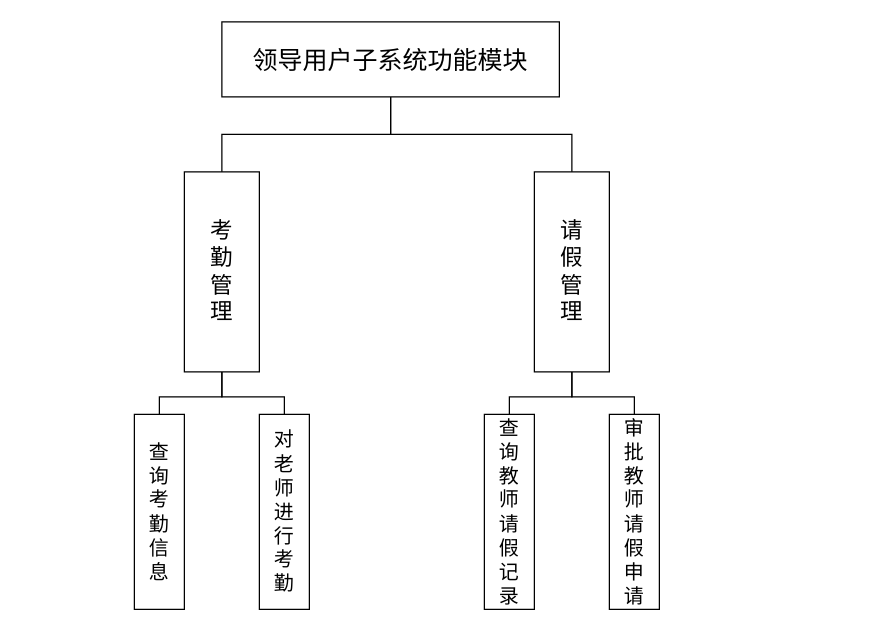
This is page "领导用户子系统功能模块" (21 of 44) of 系统结构图.drawio from yuglei/design, a draw.io file, before an edit. Source tidied: cells renumbered, new cells numbered last; positions are measured from the earlier drawing's top-left corner, leaving out a move shared by most shapes. Both pictures are drawn from the tidied source at 125%, with x=0, y=0 at pixel (134, 21).
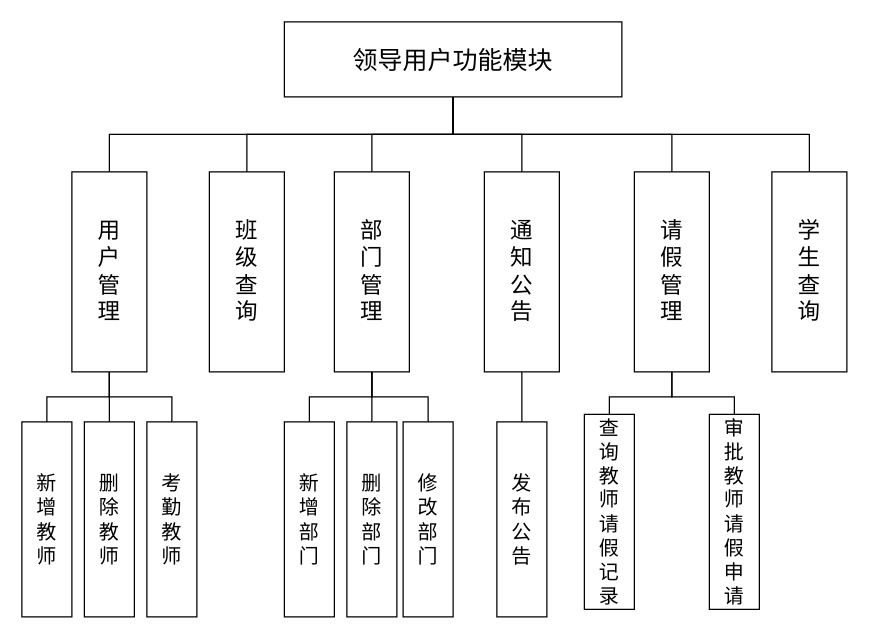
The same page after the edit.

Commit message (it also covers changes not shown here):
更新系统结构图.drawio

Change to the diagram source:
```diff
@@
-    <mxCell id="2" style="edgeStyle=orthogonalEdgeStyle;rounded=0;jettySize=auto;html=1;exitX=0.5;exitY=1;exitDx=0;exitDy=0;entryX=0;entryY=0.5;entryDx=0;entryDy=0;fontSize=12;startSize=8;endSize=8;endArrow=none;endFill=0;" parent="1" edge="1" source="4" target="10">
-      <mxGeometry relative="1" as="geometry" />
-    </mxCell>
+    <mxCell id="15" style="edgeStyle=orthogonalEdgeStyle;rounded=0;jettySize=auto;html=1;exitX=0.5;exitY=1;exitDx=0;exitDy=0;entryX=0;entryY=0.5;entryDx=0;entryDy=0;fontSize=12;startSize=8;endSize=8;endArrow=none;endFill=0;" parent="1" edge="1" source="4" target="23">
+      <mxGeometry relative="1" as="geometry" />
+    </mxCell>
+    <mxCell id="16" style="edgeStyle=orthogonalEdgeStyle;rounded=0;jettySize=auto;html=1;exitX=0.5;exitY=1;exitDx=0;exitDy=0;entryX=0;entryY=0.5;entryDx=0;entryDy=0;fontSize=12;startSize=8;endSize=8;endArrow=none;endFill=0;" parent="1" edge="1" source="4" target="24">
+      <mxGeometry relative="1" as="geometry" />
+    </mxCell>
+    <mxCell id="17" style="edgeStyle=orthogonalEdgeStyle;rounded=0;jettySize=auto;html=1;exitX=0.5;exitY=1;exitDx=0;exitDy=0;entryX=0;entryY=0.5;entryDx=0;entryDy=0;fontSize=12;startSize=8;endSize=8;endArrow=none;endFill=0;" parent="1" edge="1" source="4" target="31">
+      <mxGeometry relative="1" as="geometry" />
+    </mxCell>
+    <mxCell id="18" style="edgeStyle=orthogonalEdgeStyle;rounded=0;jettySize=auto;html=1;exitX=0.5;exitY=1;exitDx=0;exitDy=0;entryX=0;entryY=0.5;entryDx=0;entryDy=0;fontSize=12;startSize=8;endSize=8;endArrow=none;endFill=0;" parent="1" edge="1" source="4" target="27">
+      <mxGeometry relative="1" as="geometry" />
+    </mxCell>
-    <mxCell id="3" style="edgeStyle=orthogonalEdgeStyle;rounded=0;jettySize=auto;html=1;exitX=0.5;exitY=1;exitDx=0;exitDy=0;entryX=0;entryY=0.5;entryDx=0;entryDy=0;fontSize=12;startSize=8;endSize=8;startArrow=none;startFill=0;endArrow=none;endFill=0;" parent="1" edge="1" source="4" target="7">
+    <mxCell id="3" style="edgeStyle=orthogonalEdgeStyle;rounded=0;jettySize=auto;html=1;exitX=0.5;exitY=1;exitDx=0;exitDy=0;entryX=0;entryY=0.5;entryDx=0;entryDy=0;fontSize=12;startSize=8;endSize=8;endArrow=none;endFill=0;" parent="1" edge="1" source="4" target="7">
       <mxGeometry relative="1" as="geometry" />
     </mxCell>
+    <mxCell id="19" style="edgeStyle=orthogonalEdgeStyle;rounded=0;jettySize=auto;html=1;exitX=0.5;exitY=1;exitDx=0;exitDy=0;entryX=0;entryY=0.5;entryDx=0;entryDy=0;fontSize=12;startSize=8;endSize=8;endArrow=none;endFill=0;" parent="1" edge="1" source="4" target="25">
+      <mxGeometry relative="1" as="geometry" />
+    </mxCell>
-    <mxCell id="4" value="&lt;font style=&quot;font-size: 20px;&quot;&gt;领导用户子系统功能模块&lt;/font&gt;" style="rounded=0;whiteSpace=wrap;html=1;" parent="1" vertex="1">
-      <mxGeometry x="70" width="270" height="60" as="geometry" />
+    <mxCell id="4" value="&lt;font style=&quot;font-size: 20px;&quot;&gt;领导用户功能模块&lt;/font&gt;" style="rounded=0;whiteSpace=wrap;html=1;" parent="1" vertex="1">
+      <mxGeometry x="120" width="270" height="60" as="geometry" />
     </mxCell>
@@
     <mxCell id="7" value="&lt;div&gt;&lt;span style=&quot;font-size: 18px;&quot;&gt;请&lt;/span&gt;&lt;/div&gt;&lt;div&gt;&lt;span style=&quot;font-size: 18px;&quot;&gt;假&lt;/span&gt;&lt;/div&gt;&lt;div&gt;&lt;span style=&quot;font-size: 18px;&quot;&gt;管&lt;/span&gt;&lt;/div&gt;&lt;div&gt;&lt;span style=&quot;font-size: 18px;&quot;&gt;理&lt;/span&gt;&lt;/div&gt;" style="rounded=0;whiteSpace=wrap;html=1;direction=south;" parent="1" vertex="1">
-      <mxGeometry x="320" y="120" width="60" height="160" as="geometry" />
+      <mxGeometry x="400" y="120" width="60" height="160" as="geometry" />
     </mxCell>
-    <mxCell id="8" style="edgeStyle=orthogonalEdgeStyle;rounded=0;jettySize=auto;html=1;exitX=1;exitY=0.5;exitDx=0;exitDy=0;entryX=0;entryY=0.5;entryDx=0;entryDy=0;fontSize=12;startSize=8;endSize=8;endArrow=none;endFill=0;" parent="1" edge="1" source="10" target="11">
-      <mxGeometry relative="1" as="geometry">
-        <Array as="points">
-          <mxPoint x="70" y="300" />
-          <mxPoint x="20" y="300" />
-        </Array>
-      </mxGeometry>
-    </mxCell>
-    <mxCell id="9" style="edgeStyle=orthogonalEdgeStyle;rounded=0;jettySize=auto;html=1;exitX=1;exitY=0.5;exitDx=0;exitDy=0;entryX=0;entryY=0.5;entryDx=0;entryDy=0;fontSize=12;startSize=8;endSize=8;endArrow=none;endFill=0;" parent="1" edge="1" source="10" target="12">
-      <mxGeometry relative="1" as="geometry">
-        <Array as="points">
-          <mxPoint x="70" y="300" />
-          <mxPoint x="120" y="300" />
-        </Array>
-      </mxGeometry>
-    </mxCell>
-    <mxCell id="10" value="&lt;span style=&quot;font-size: 18px;&quot;&gt;考&lt;/span&gt;&lt;div&gt;&lt;span style=&quot;font-size: 18px;&quot;&gt;勤&lt;/span&gt;&lt;div&gt;&lt;span style=&quot;font-size: 18px;&quot;&gt;管&lt;/span&gt;&lt;/div&gt;&lt;div&gt;&lt;span style=&quot;font-size: 18px;&quot;&gt;理&lt;/span&gt;&lt;/div&gt;&lt;/div&gt;" style="rounded=0;whiteSpace=wrap;html=1;direction=south;" parent="1" vertex="1">
-      <mxGeometry x="40" y="120" width="60" height="160" as="geometry" />
-    </mxCell>
-    <mxCell id="11" value="&lt;div style=&quot;font-size: 16px;&quot;&gt;查&lt;/div&gt;&lt;div style=&quot;font-size: 16px;&quot;&gt;询&lt;/div&gt;&lt;div style=&quot;font-size: 16px;&quot;&gt;考&lt;/div&gt;&lt;div style=&quot;font-size: 16px;&quot;&gt;勤&lt;/div&gt;&lt;div style=&quot;font-size: 16px;&quot;&gt;信&lt;/div&gt;&lt;div style=&quot;font-size: 16px;&quot;&gt;息&lt;/div&gt;" style="rounded=0;whiteSpace=wrap;html=1;direction=south;" parent="1" vertex="1">
-      <mxGeometry y="314" width="40" height="156" as="geometry" />
+    <mxCell id="11" value="&lt;div style=&quot;font-size: 16px;&quot;&gt;新&lt;/div&gt;&lt;div style=&quot;font-size: 16px;&quot;&gt;增&lt;/div&gt;&lt;div style=&quot;font-size: 16px;&quot;&gt;教&lt;/div&gt;&lt;div style=&quot;font-size: 16px;&quot;&gt;师&lt;/div&gt;" style="rounded=0;whiteSpace=wrap;html=1;direction=south;" parent="1" vertex="1">
+      <mxGeometry x="-90" y="320" width="40" height="156" as="geometry" />
     </mxCell>
-    <mxCell id="12" value="&lt;div style=&quot;font-size: 16px;&quot;&gt;对&lt;/div&gt;&lt;div style=&quot;font-size: 16px;&quot;&gt;老&lt;/div&gt;&lt;div style=&quot;font-size: 16px;&quot;&gt;师&lt;/div&gt;&lt;div style=&quot;font-size: 16px;&quot;&gt;进&lt;/div&gt;&lt;div style=&quot;font-size: 16px;&quot;&gt;行&lt;/div&gt;&lt;div style=&quot;font-size: 16px;&quot;&gt;考&lt;/div&gt;&lt;div style=&quot;font-size: 16px;&quot;&gt;勤&lt;/div&gt;" style="rounded=0;whiteSpace=wrap;html=1;direction=south;" parent="1" vertex="1">
-      <mxGeometry x="100" y="314" width="40" height="156" as="geometry" />
+    <mxCell id="12" value="&lt;div style=&quot;font-size: 16px;&quot;&gt;删&lt;/div&gt;&lt;div style=&quot;font-size: 16px;&quot;&gt;除&lt;/div&gt;&lt;div style=&quot;font-size: 16px;&quot;&gt;教&lt;/div&gt;&lt;div style=&quot;font-size: 16px;&quot;&gt;师&lt;/div&gt;" style="rounded=0;whiteSpace=wrap;html=1;direction=south;" parent="1" vertex="1">
+      <mxGeometry x="-40" y="320" width="40" height="156" as="geometry" />
     </mxCell>
     <mxCell id="13" value="&lt;div style=&quot;font-size: 16px;&quot;&gt;查&lt;/div&gt;&lt;div style=&quot;font-size: 16px;&quot;&gt;询&lt;/div&gt;&lt;div style=&quot;font-size: 16px;&quot;&gt;教&lt;/div&gt;&lt;div style=&quot;font-size: 16px;&quot;&gt;师&lt;/div&gt;&lt;div style=&quot;font-size: 16px;&quot;&gt;请&lt;/div&gt;&lt;div style=&quot;font-size: 16px;&quot;&gt;假&lt;/div&gt;&lt;div style=&quot;font-size: 16px;&quot;&gt;记&lt;/div&gt;&lt;div style=&quot;font-size: 16px;&quot;&gt;录&lt;/div&gt;" style="rounded=0;whiteSpace=wrap;html=1;direction=south;" parent="1" vertex="1">
-      <mxGeometry x="280" y="314" width="40" height="156" as="geometry" />
+      <mxGeometry x="360" y="314" width="40" height="156" as="geometry" />
     </mxCell>
     <mxCell id="14" value="&lt;div style=&quot;font-size: 16px;&quot;&gt;审&lt;/div&gt;&lt;div style=&quot;font-size: 16px;&quot;&gt;批&lt;/div&gt;&lt;div style=&quot;font-size: 16px;&quot;&gt;教&lt;/div&gt;&lt;div style=&quot;font-size: 16px;&quot;&gt;师&lt;/div&gt;&lt;div style=&quot;font-size: 16px;&quot;&gt;请&lt;/div&gt;&lt;div style=&quot;font-size: 16px;&quot;&gt;假&lt;/div&gt;&lt;div style=&quot;font-size: 16px;&quot;&gt;申&lt;/div&gt;&lt;div style=&quot;font-size: 16px;&quot;&gt;请&lt;/div&gt;" style="rounded=0;whiteSpace=wrap;html=1;direction=south;" parent="1" vertex="1">
-      <mxGeometry x="380" y="314" width="40" height="156" as="geometry" />
+      <mxGeometry x="460" y="314" width="40" height="156" as="geometry" />
     </mxCell>
+    <mxCell id="20" style="edgeStyle=orthogonalEdgeStyle;rounded=0;jettySize=auto;html=1;exitX=1;exitY=0.5;exitDx=0;exitDy=0;entryX=0;entryY=0.5;entryDx=0;entryDy=0;fontSize=12;startSize=8;endSize=8;endArrow=none;endFill=0;" parent="1" edge="1" source="23" target="11">
+      <mxGeometry relative="1" as="geometry" />
+    </mxCell>
+    <mxCell id="21" style="edgeStyle=none;curved=1;rounded=0;jettySize=auto;html=1;exitX=1;exitY=0.5;exitDx=0;exitDy=0;fontSize=12;startSize=8;endSize=8;endArrow=none;endFill=0;" parent="1" edge="1" source="23" target="12">
+      <mxGeometry relative="1" as="geometry" />
+    </mxCell>
+    <mxCell id="22" style="edgeStyle=orthogonalEdgeStyle;rounded=0;jettySize=auto;html=1;exitX=1;exitY=0.5;exitDx=0;exitDy=0;entryX=0;entryY=0.5;entryDx=0;entryDy=0;fontSize=12;startSize=8;endSize=8;endArrow=none;endFill=0;" parent="1" edge="1" source="23" target="32">
+      <mxGeometry relative="1" as="geometry" />
+    </mxCell>
+    <mxCell id="23" value="&lt;span style=&quot;font-size: 18px;&quot;&gt;用&lt;/span&gt;&lt;div&gt;&lt;span style=&quot;font-size: 18px;&quot;&gt;户&lt;/span&gt;&lt;/div&gt;&lt;div&gt;&lt;span style=&quot;font-size: 18px;&quot;&gt;管&lt;/span&gt;&lt;/div&gt;&lt;div&gt;&lt;span style=&quot;font-size: 18px;&quot;&gt;理&lt;/span&gt;&lt;/div&gt;" style="rounded=0;whiteSpace=wrap;html=1;direction=south;" parent="1" vertex="1">
+      <mxGeometry x="-50" y="120" width="60" height="160" as="geometry" />
+    </mxCell>
+    <mxCell id="24" value="&lt;span style=&quot;font-size: 18px;&quot;&gt;班&lt;/span&gt;&lt;div&gt;&lt;span style=&quot;font-size: 18px;&quot;&gt;级&lt;/span&gt;&lt;/div&gt;&lt;div&gt;&lt;span style=&quot;font-size: 18px;&quot;&gt;查&lt;/span&gt;&lt;/div&gt;&lt;div&gt;&lt;span style=&quot;font-size: 18px;&quot;&gt;询&lt;/span&gt;&lt;/div&gt;" style="rounded=0;whiteSpace=wrap;html=1;direction=south;" parent="1" vertex="1">
+      <mxGeometry x="60" y="120" width="60" height="160" as="geometry" />
+    </mxCell>
+    <mxCell id="25" value="&lt;span style=&quot;font-size: 18px;&quot;&gt;学&lt;/span&gt;&lt;div&gt;&lt;span style=&quot;font-size: 18px;&quot;&gt;生&lt;/span&gt;&lt;/div&gt;&lt;div&gt;&lt;span style=&quot;font-size: 18px;&quot;&gt;查&lt;/span&gt;&lt;/div&gt;&lt;div&gt;&lt;span style=&quot;font-size: 18px;&quot;&gt;询&lt;/span&gt;&lt;/div&gt;" style="rounded=0;whiteSpace=wrap;html=1;direction=south;" parent="1" vertex="1">
+      <mxGeometry x="510" y="120" width="60" height="160" as="geometry" />
+    </mxCell>
+    <mxCell id="26" style="edgeStyle=none;curved=1;rounded=0;jettySize=auto;html=1;exitX=1;exitY=0.5;exitDx=0;exitDy=0;fontSize=12;startSize=8;endSize=8;endArrow=none;endFill=0;" parent="1" edge="1" source="27" target="36">
+      <mxGeometry relative="1" as="geometry" />
+    </mxCell>
+    <mxCell id="27" value="&lt;span style=&quot;font-size: 18px;&quot;&gt;通&lt;/span&gt;&lt;div&gt;&lt;span style=&quot;font-size: 18px;&quot;&gt;知&lt;/span&gt;&lt;/div&gt;&lt;div&gt;&lt;span style=&quot;font-size: 18px;&quot;&gt;公&lt;/span&gt;&lt;/div&gt;&lt;div&gt;&lt;span style=&quot;font-size: 18px;&quot;&gt;告&lt;/span&gt;&lt;/div&gt;" style="rounded=0;whiteSpace=wrap;html=1;direction=south;" parent="1" vertex="1">
+      <mxGeometry x="280" y="120" width="60" height="160" as="geometry" />
+    </mxCell>
+    <mxCell id="28" style="edgeStyle=orthogonalEdgeStyle;rounded=0;jettySize=auto;html=1;exitX=1;exitY=0.5;exitDx=0;exitDy=0;entryX=0;entryY=0.5;entryDx=0;entryDy=0;fontSize=12;startSize=8;endSize=8;endArrow=none;endFill=0;" parent="1" edge="1" source="31" target="34">
+      <mxGeometry relative="1" as="geometry" />
+    </mxCell>
+    <mxCell id="29" style="edgeStyle=orthogonalEdgeStyle;rounded=0;jettySize=auto;html=1;exitX=1;exitY=0.5;exitDx=0;exitDy=0;entryX=0;entryY=0.5;entryDx=0;entryDy=0;fontSize=12;startSize=8;endSize=8;endArrow=none;endFill=0;" parent="1" edge="1" source="31" target="35">
+      <mxGeometry relative="1" as="geometry" />
+    </mxCell>
+    <mxCell id="30" style="edgeStyle=orthogonalEdgeStyle;rounded=0;jettySize=auto;html=1;exitX=1;exitY=0.5;exitDx=0;exitDy=0;entryX=0;entryY=0.5;entryDx=0;entryDy=0;fontSize=12;startSize=8;endSize=8;endArrow=none;endFill=0;" parent="1" edge="1" source="31" target="33">
+      <mxGeometry relative="1" as="geometry" />
+    </mxCell>
+    <mxCell id="31" value="&lt;span style=&quot;font-size: 18px;&quot;&gt;部&lt;/span&gt;&lt;div&gt;&lt;span style=&quot;font-size: 18px;&quot;&gt;门&lt;/span&gt;&lt;div&gt;&lt;span style=&quot;font-size: 18px;&quot;&gt;管&lt;/span&gt;&lt;/div&gt;&lt;div&gt;&lt;span style=&quot;font-size: 18px;&quot;&gt;理&lt;/span&gt;&lt;/div&gt;&lt;/div&gt;" style="rounded=0;whiteSpace=wrap;html=1;direction=south;" parent="1" vertex="1">
+      <mxGeometry x="160" y="120" width="60" height="160" as="geometry" />
+    </mxCell>
+    <mxCell id="32" value="&lt;div style=&quot;font-size: 16px;&quot;&gt;考&lt;/div&gt;&lt;div style=&quot;font-size: 16px;&quot;&gt;勤&lt;/div&gt;&lt;div style=&quot;font-size: 16px;&quot;&gt;教&lt;/div&gt;&lt;div style=&quot;font-size: 16px;&quot;&gt;师&lt;/div&gt;" style="rounded=0;whiteSpace=wrap;html=1;direction=south;" parent="1" vertex="1">
+      <mxGeometry x="10" y="320" width="40" height="156" as="geometry" />
+    </mxCell>
+    <mxCell id="33" value="&lt;div style=&quot;font-size: 16px;&quot;&gt;修&lt;/div&gt;&lt;div style=&quot;font-size: 16px;&quot;&gt;改&lt;/div&gt;&lt;div style=&quot;font-size: 16px;&quot;&gt;&lt;span style=&quot;background-color: initial;&quot;&gt;部&lt;/span&gt;&lt;/div&gt;&lt;div style=&quot;font-size: 16px;&quot;&gt;&lt;span style=&quot;background-color: initial;&quot;&gt;门&lt;/span&gt;&lt;br&gt;&lt;/div&gt;" style="rounded=0;whiteSpace=wrap;html=1;direction=south;" parent="1" vertex="1">
+      <mxGeometry x="215" y="320" width="40" height="156" as="geometry" />
+    </mxCell>
+    <mxCell id="34" value="&lt;div style=&quot;font-size: 16px;&quot;&gt;新&lt;/div&gt;&lt;div style=&quot;font-size: 16px;&quot;&gt;增&lt;/div&gt;&lt;div style=&quot;font-size: 16px;&quot;&gt;部&lt;/div&gt;&lt;div style=&quot;font-size: 16px;&quot;&gt;门&lt;/div&gt;" style="rounded=0;whiteSpace=wrap;html=1;direction=south;" parent="1" vertex="1">
+      <mxGeometry x="120" y="320" width="40" height="156" as="geometry" />
+    </mxCell>
+    <mxCell id="35" value="&lt;div style=&quot;font-size: 16px;&quot;&gt;删&lt;/div&gt;&lt;div style=&quot;font-size: 16px;&quot;&gt;除&lt;/div&gt;&lt;div style=&quot;font-size: 16px;&quot;&gt;部&lt;/div&gt;&lt;div style=&quot;font-size: 16px;&quot;&gt;门&lt;/div&gt;" style="rounded=0;whiteSpace=wrap;html=1;direction=south;" parent="1" vertex="1">
+      <mxGeometry x="170" y="320" width="40" height="156" as="geometry" />
+    </mxCell>
+    <mxCell id="36" value="&lt;div style=&quot;font-size: 16px;&quot;&gt;发&lt;/div&gt;&lt;div style=&quot;font-size: 16px;&quot;&gt;布&lt;/div&gt;&lt;div style=&quot;font-size: 16px;&quot;&gt;公&lt;/div&gt;&lt;div style=&quot;font-size: 16px;&quot;&gt;告&lt;/div&gt;" style="rounded=0;whiteSpace=wrap;html=1;direction=south;" parent="1" vertex="1">
+      <mxGeometry x="290" y="320" width="40" height="156" as="geometry" />
+    </mxCell>
```
